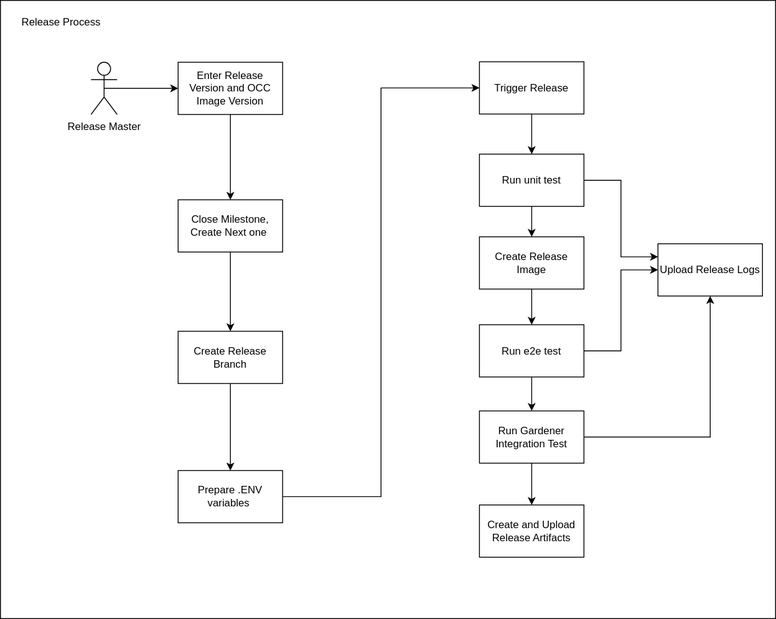
Before: docs/contributor/assets/auditable-release-final.drawio.svg, a diagram exported from draw.io (kyma-project/telemetry-manager). Source tidied: cells renumbered, new cells last; positions are measured from the earlier drawing's top-left corner, leaving out a move shared by most shapes.
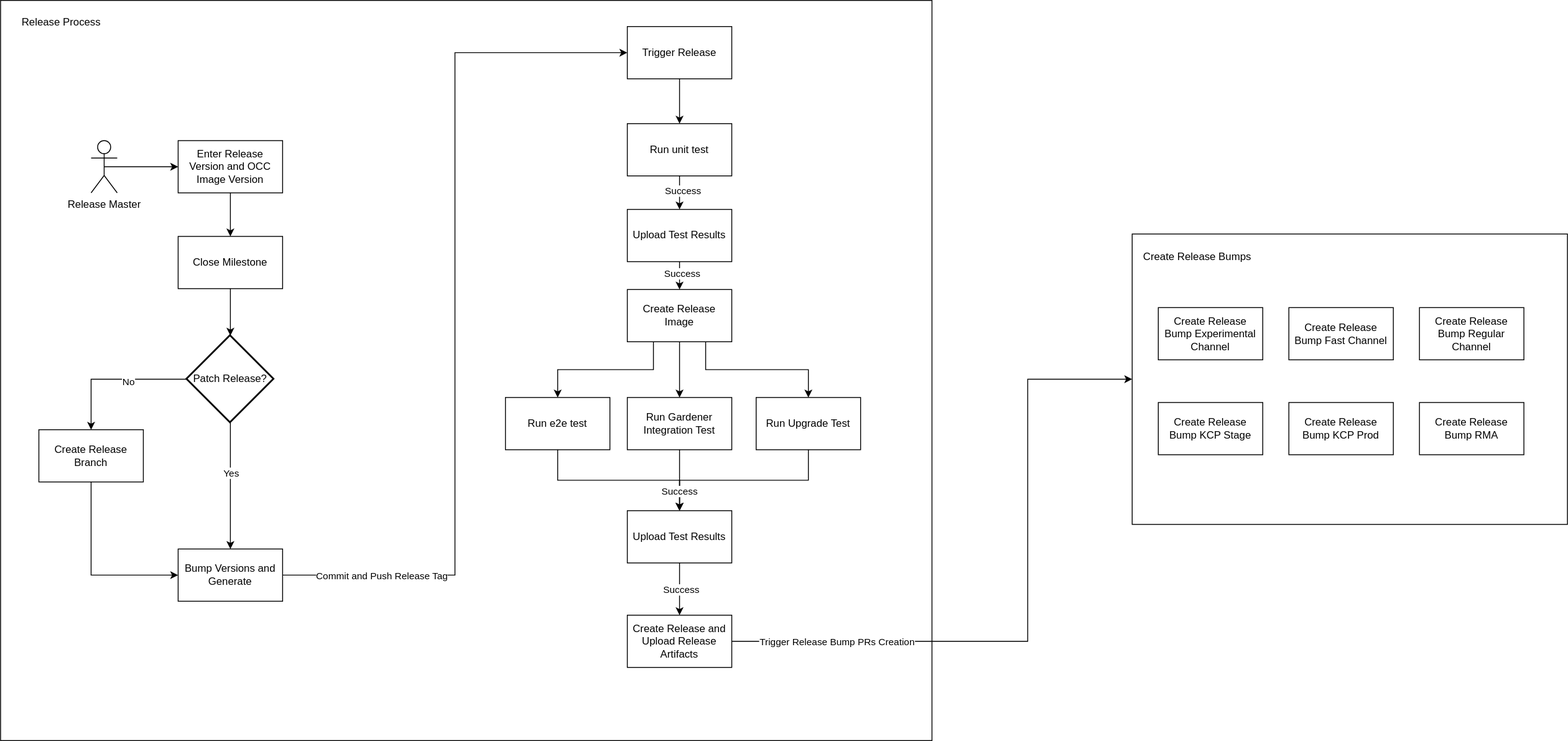
The same diagram one commit later.

The edit, as a diff of the source:
```diff
@@ -3,85 +3,168 @@
     <mxCell id="0" />
     <mxCell id="1" parent="0" />
     <mxCell id="2" style="rounded=0;whiteSpace=wrap;html=1;labelBackgroundColor=none;fillStyle=hatch;" parent="1" vertex="1">
-      <mxGeometry width="890" height="710" as="geometry" />
+      <mxGeometry x="-80" y="-90" width="1070" height="850" as="geometry" />
     </mxCell>
+    <mxCell id="29" style="edgeStyle=orthogonalEdgeStyle;rounded=0;jettySize=auto;html=1;" parent="1" edge="1" source="4" target="18">
+      <mxGeometry relative="1" as="geometry" />
+    </mxCell>
-    <mxCell id="3" style="edgeStyle=orthogonalEdgeStyle;rounded=0;jettySize=auto;html=1;exitX=0.5;exitY=1;exitDx=0;exitDy=0;entryX=0.5;entryY=0;entryDx=0;entryDy=0;" parent="1" edge="1" source="4" target="11">
+    <mxCell id="3" style="edgeStyle=orthogonalEdgeStyle;rounded=0;jettySize=auto;html=1;exitX=0.25;exitY=1;exitDx=0;exitDy=0;entryX=0.5;entryY=0;entryDx=0;entryDy=0;" parent="1" edge="1" source="4" target="11">
       <mxGeometry relative="1" as="geometry" />
     </mxCell>
+    <mxCell id="30" style="edgeStyle=orthogonalEdgeStyle;rounded=0;jettySize=auto;html=1;exitX=0.75;exitY=1;exitDx=0;exitDy=0;entryX=0.5;entryY=0;entryDx=0;entryDy=0;" parent="1" edge="1" source="4" target="48">
+      <mxGeometry relative="1" as="geometry" />
+    </mxCell>
     <mxCell id="4" value="Create Release Image" style="rounded=0;whiteSpace=wrap;html=1;" parent="1" vertex="1">
-      <mxGeometry x="550" y="271.5" width="120" height="60" as="geometry" />
+      <mxGeometry x="640" y="242" width="120" height="60" as="geometry" />
     </mxCell>
+    <mxCell id="31" style="edgeStyle=orthogonalEdgeStyle;rounded=0;jettySize=auto;html=1;exitX=1;exitY=0.5;exitDx=0;exitDy=0;entryX=0;entryY=0.5;entryDx=0;entryDy=0;" parent="1" edge="1" source="5" target="39">
+      <mxGeometry relative="1" as="geometry">
+        <Array as="points">
+          <mxPoint x="1100" y="646" />
+          <mxPoint x="1100" y="345" />
+        </Array>
+      </mxGeometry>
+    </mxCell>
+    <mxCell id="32" value="Trigger Release Bump PRs Creation" style="edgeLabel;html=1;align=center;verticalAlign=middle;" parent="31" vertex="1">
+      <mxGeometry x="-0.58" y="-3" relative="1" as="geometry">
+        <mxPoint x="-41" y="-3" as="offset" />
+      </mxGeometry>
+    </mxCell>
-    <mxCell id="5" value="Create and Upload Release Artifacts" style="rounded=0;whiteSpace=wrap;html=1;" parent="1" vertex="1">
-      <mxGeometry x="550" y="579.5" width="120" height="60" as="geometry" />
+    <mxCell id="5" value="Create Release and Upload Release Artifacts" style="rounded=0;whiteSpace=wrap;html=1;" parent="1" vertex="1">
+      <mxGeometry x="640" y="616" width="120" height="60" as="geometry" />
     </mxCell>
     <mxCell id="6" value="Release Process" style="text;html=1;align=center;verticalAlign=middle;whiteSpace=wrap;rounded=0;" parent="1" vertex="1">
-      <mxGeometry x="20" y="10" width="100" height="30" as="geometry" />
+      <mxGeometry x="-60" y="-80" width="100" height="30" as="geometry" />
     </mxCell>
     <mxCell id="7" style="edgeStyle=orthogonalEdgeStyle;rounded=0;jettySize=auto;html=1;exitX=0.5;exitY=1;exitDx=0;exitDy=0;entryX=0.5;entryY=0;entryDx=0;entryDy=0;" parent="1" edge="1" source="8" target="14">
       <mxGeometry relative="1" as="geometry" />
     </mxCell>
     <mxCell id="8" value="Trigger Release" style="rounded=0;whiteSpace=wrap;html=1;" parent="1" vertex="1">
-      <mxGeometry x="550" y="70.5" width="120" height="60" as="geometry" />
+      <mxGeometry x="640" y="-60" width="120" height="60" as="geometry" />
     </mxCell>
-    <mxCell id="9" style="edgeStyle=orthogonalEdgeStyle;rounded=0;jettySize=auto;html=1;exitX=0.5;exitY=1;exitDx=0;exitDy=0;" parent="1" edge="1" source="11" target="18">
-      <mxGeometry relative="1" as="geometry" />
-    </mxCell>
-    <mxCell id="10" style="edgeStyle=orthogonalEdgeStyle;rounded=0;jettySize=auto;html=1;exitX=1;exitY=0.5;exitDx=0;exitDy=0;entryX=0;entryY=0.5;entryDx=0;entryDy=0;" parent="1" edge="1" source="11" target="15">
+    <mxCell id="10" style="edgeStyle=orthogonalEdgeStyle;rounded=0;jettySize=auto;html=1;exitX=0.5;exitY=1;exitDx=0;exitDy=0;entryX=0.5;entryY=0;entryDx=0;entryDy=0;" parent="1" edge="1" source="11" target="15">
       <mxGeometry relative="1" as="geometry" />
     </mxCell>
     <mxCell id="11" value="Run e2e test" style="rounded=0;whiteSpace=wrap;html=1;" parent="1" vertex="1">
-      <mxGeometry x="550" y="372.5" width="120" height="60" as="geometry" />
+      <mxGeometry x="500" y="366" width="120" height="60" as="geometry" />
     </mxCell>
-    <mxCell id="12" style="edgeStyle=orthogonalEdgeStyle;rounded=0;jettySize=auto;html=1;exitX=1;exitY=0.5;exitDx=0;exitDy=0;entryX=0;entryY=0.25;entryDx=0;entryDy=0;" parent="1" edge="1" source="14" target="15">
-      <mxGeometry relative="1" as="geometry" />
-    </mxCell>
-    <mxCell id="13" style="edgeStyle=orthogonalEdgeStyle;rounded=0;jettySize=auto;html=1;exitX=0.5;exitY=1;exitDx=0;exitDy=0;entryX=0.5;entryY=0;entryDx=0;entryDy=0;" parent="1" edge="1" source="14" target="4">
-      <mxGeometry relative="1" as="geometry" />
-    </mxCell>
+    <mxCell id="33" style="edgeStyle=orthogonalEdgeStyle;rounded=0;jettySize=auto;html=1;exitX=0.5;exitY=1;exitDx=0;exitDy=0;entryX=0.5;entryY=0;entryDx=0;entryDy=0;" parent="1" edge="1" source="14" target="58">
+      <mxGeometry relative="1" as="geometry" />
+    </mxCell>
+    <mxCell id="34" value="Success" style="edgeLabel;html=1;align=center;verticalAlign=middle;" parent="33" vertex="1">
+      <mxGeometry x="-0.14" y="3" relative="1" as="geometry">
+        <mxPoint y="1" as="offset" />
+      </mxGeometry>
+    </mxCell>
     <mxCell id="14" value="Run unit test" style="rounded=0;whiteSpace=wrap;html=1;" parent="1" vertex="1">
-      <mxGeometry x="550" y="176.5" width="120" height="60" as="geometry" />
+      <mxGeometry x="640" y="51.5" width="120" height="60" as="geometry" />
     </mxCell>
+    <mxCell id="35" style="edgeStyle=orthogonalEdgeStyle;rounded=0;jettySize=auto;html=1;exitX=0.5;exitY=1;exitDx=0;exitDy=0;entryX=0.5;entryY=0;entryDx=0;entryDy=0;" parent="1" edge="1" source="15" target="5">
+      <mxGeometry relative="1" as="geometry" />
+    </mxCell>
+    <mxCell id="36" value="Success" style="edgeLabel;html=1;align=center;verticalAlign=middle;" parent="35" vertex="1">
+      <mxGeometry y="1" relative="1" as="geometry" />
+    </mxCell>
-    <mxCell id="15" value="Upload Release Logs" style="rounded=0;whiteSpace=wrap;html=1;" parent="1" vertex="1">
-      <mxGeometry x="755" y="279.5" width="120" height="60" as="geometry" />
+    <mxCell id="15" value="Upload Test Results" style="rounded=0;whiteSpace=wrap;html=1;" parent="1" vertex="1">
+      <mxGeometry x="640" y="496" width="120" height="60" as="geometry" />
     </mxCell>
-    <mxCell id="16" style="edgeStyle=orthogonalEdgeStyle;rounded=0;jettySize=auto;html=1;exitX=1;exitY=0.5;exitDx=0;exitDy=0;entryX=0.5;entryY=1;entryDx=0;entryDy=0;" parent="1" edge="1" source="18" target="15">
-      <mxGeometry relative="1" as="geometry" />
-    </mxCell>
-    <mxCell id="17" style="edgeStyle=orthogonalEdgeStyle;rounded=0;jettySize=auto;html=1;exitX=0.5;exitY=1;exitDx=0;exitDy=0;entryX=0.5;entryY=0;entryDx=0;entryDy=0;" parent="1" edge="1" source="18" target="5">
-      <mxGeometry relative="1" as="geometry" />
-    </mxCell>
+    <mxCell id="37" style="edgeStyle=orthogonalEdgeStyle;rounded=0;jettySize=auto;html=1;exitX=0.5;exitY=1;exitDx=0;exitDy=0;" parent="1" edge="1" source="18">
+      <mxGeometry relative="1" as="geometry">
+        <mxPoint x="700" y="496" as="targetPoint" />
+      </mxGeometry>
+    </mxCell>
     <mxCell id="18" value="Run Gardener Integration Test" style="rounded=0;whiteSpace=wrap;html=1;" parent="1" vertex="1">
-      <mxGeometry x="550" y="471.5" width="120" height="60" as="geometry" />
+      <mxGeometry x="640" y="366" width="120" height="60" as="geometry" />
     </mxCell>
     <mxCell id="19" style="edgeStyle=orthogonalEdgeStyle;rounded=0;jettySize=auto;html=1;exitX=0.5;exitY=1;exitDx=0;exitDy=0;entryX=0.5;entryY=0;entryDx=0;entryDy=0;" parent="1" edge="1" source="20" target="24">
       <mxGeometry relative="1" as="geometry" />
     </mxCell>
     <mxCell id="20" value="Enter Release Version and OCC Image Version" style="rounded=0;whiteSpace=wrap;html=1;" parent="1" vertex="1">
-      <mxGeometry x="204" y="71" width="120" height="60" as="geometry" />
+      <mxGeometry x="124" y="71" width="120" height="60" as="geometry" />
     </mxCell>
     <mxCell id="21" style="edgeStyle=orthogonalEdgeStyle;rounded=0;jettySize=auto;html=1;exitX=1;exitY=0.5;exitDx=0;exitDy=0;entryX=0;entryY=0.5;entryDx=0;entryDy=0;" parent="1" edge="1" source="22" target="8">
       <mxGeometry relative="1" as="geometry" />
     </mxCell>
+    <mxCell id="38" value="Commit and Push Release Tag" style="edgeLabel;html=1;align=center;verticalAlign=middle;" parent="21" vertex="1">
+      <mxGeometry x="-0.77" relative="1" as="geometry" />
+    </mxCell>
-    <mxCell id="22" value="Prepare .ENV variables&amp;nbsp;" style="rounded=0;whiteSpace=wrap;html=1;" parent="1" vertex="1">
-      <mxGeometry x="204" y="540" width="120" height="60" as="geometry" />
+    <mxCell id="22" value="Bump Versions and Generate" style="rounded=0;whiteSpace=wrap;html=1;" parent="1" vertex="1">
+      <mxGeometry x="124" y="540" width="120" height="60" as="geometry" />
     </mxCell>
-    <mxCell id="23" style="edgeStyle=orthogonalEdgeStyle;rounded=0;jettySize=auto;html=1;exitX=0.5;exitY=1;exitDx=0;exitDy=0;entryX=0.5;entryY=0;entryDx=0;entryDy=0;" parent="1" edge="1" source="24" target="26">
-      <mxGeometry relative="1" as="geometry" />
-    </mxCell>
-    <mxCell id="24" value="Close Milestone, Create Next one&amp;nbsp;" style="rounded=0;whiteSpace=wrap;html=1;" parent="1" vertex="1">
-      <mxGeometry x="204" y="229" width="120" height="60" as="geometry" />
+    <mxCell id="24" value="Close Milestone" style="rounded=0;whiteSpace=wrap;html=1;" parent="1" vertex="1">
+      <mxGeometry x="124" y="181" width="120" height="60" as="geometry" />
     </mxCell>
-    <mxCell id="25" style="edgeStyle=orthogonalEdgeStyle;rounded=0;jettySize=auto;html=1;exitX=0.5;exitY=1;exitDx=0;exitDy=0;entryX=0.5;entryY=0;entryDx=0;entryDy=0;" parent="1" edge="1" source="26" target="22">
+    <mxCell id="25" style="edgeStyle=orthogonalEdgeStyle;rounded=0;jettySize=auto;html=1;exitX=0.5;exitY=1;exitDx=0;exitDy=0;entryX=0;entryY=0.5;entryDx=0;entryDy=0;" parent="1" edge="1" source="26" target="22">
       <mxGeometry relative="1" as="geometry" />
     </mxCell>
     <mxCell id="26" value="Create Release Branch" style="rounded=0;whiteSpace=wrap;html=1;" parent="1" vertex="1">
-      <mxGeometry x="204" y="380" width="120" height="60" as="geometry" />
+      <mxGeometry x="-36" y="403" width="120" height="60" as="geometry" />
     </mxCell>
     <mxCell id="27" style="edgeStyle=orthogonalEdgeStyle;rounded=0;jettySize=auto;html=1;exitX=0.5;exitY=0.5;exitDx=0;exitDy=0;exitPerimeter=0;entryX=0;entryY=0.5;entryDx=0;entryDy=0;" parent="1" edge="1" source="28" target="20">
       <mxGeometry relative="1" as="geometry" />
     </mxCell>
     <mxCell id="28" value="Release Master" style="shape=umlActor;verticalLabelPosition=bottom;verticalAlign=top;html=1;outlineConnect=0;" parent="1" vertex="1">
-      <mxGeometry x="104" y="71" width="30" height="60" as="geometry" />
+      <mxGeometry x="24" y="71" width="30" height="60" as="geometry" />
     </mxCell>
+    <mxCell id="39" style="rounded=0;whiteSpace=wrap;html=1;labelBackgroundColor=none;fillStyle=hatch;" parent="1" vertex="1">
+      <mxGeometry x="1220" y="178.2" width="500" height="333.5" as="geometry" />
+    </mxCell>
+    <mxCell id="40" style="edgeStyle=orthogonalEdgeStyle;rounded=0;jettySize=auto;html=1;exitX=0;exitY=0.5;exitDx=0;exitDy=0;exitPerimeter=0;entryX=0.5;entryY=0;entryDx=0;entryDy=0;" parent="1" edge="1" source="44" target="26">
+      <mxGeometry relative="1" as="geometry" />
+    </mxCell>
+    <mxCell id="41" value="No" style="edgeLabel;html=1;align=center;verticalAlign=middle;" parent="40" vertex="1">
+      <mxGeometry x="-0.19" y="2" relative="1" as="geometry" />
+    </mxCell>
+    <mxCell id="42" style="edgeStyle=orthogonalEdgeStyle;rounded=0;jettySize=auto;html=1;exitX=0.5;exitY=1;exitDx=0;exitDy=0;exitPerimeter=0;entryX=0.5;entryY=0;entryDx=0;entryDy=0;" parent="1" edge="1" source="44" target="22">
+      <mxGeometry relative="1" as="geometry" />
+    </mxCell>
+    <mxCell id="43" value="Yes" style="edgeLabel;html=1;align=center;verticalAlign=middle;" parent="42" vertex="1">
+      <mxGeometry x="-0.21" relative="1" as="geometry" />
+    </mxCell>
+    <mxCell id="44" value="Patch Release?" style="strokeWidth=2;html=1;shape=mxgraph.flowchart.decision;whiteSpace=wrap;" parent="1" vertex="1">
+      <mxGeometry x="134" y="295" width="100" height="100" as="geometry" />
+    </mxCell>
+    <mxCell id="45" style="edgeStyle=orthogonalEdgeStyle;rounded=0;jettySize=auto;html=1;exitX=0.5;exitY=1;exitDx=0;exitDy=0;entryX=0.5;entryY=0;entryDx=0;entryDy=0;entryPerimeter=0;" parent="1" edge="1" source="24" target="44">
+      <mxGeometry relative="1" as="geometry" />
+    </mxCell>
+    <mxCell id="46" style="edgeStyle=orthogonalEdgeStyle;rounded=0;jettySize=auto;html=1;exitX=0.5;exitY=1;exitDx=0;exitDy=0;entryX=0.5;entryY=0;entryDx=0;entryDy=0;" parent="1" edge="1" source="48" target="15">
+      <mxGeometry relative="1" as="geometry" />
+    </mxCell>
+    <mxCell id="47" value="Success" style="edgeLabel;html=1;align=center;verticalAlign=middle;" parent="46" vertex="1">
+      <mxGeometry x="0.79" y="-1" relative="1" as="geometry" />
+    </mxCell>
+    <mxCell id="48" value="Run Upgrade Test" style="rounded=0;whiteSpace=wrap;html=1;" parent="1" vertex="1">
+      <mxGeometry x="788" y="366" width="120" height="60" as="geometry" />
+    </mxCell>
+    <mxCell id="49" value="Create Release Bump Experimental Channel" style="rounded=0;whiteSpace=wrap;html=1;" parent="1" vertex="1">
+      <mxGeometry x="1250" y="262.8" width="120" height="60" as="geometry" />
+    </mxCell>
+    <mxCell id="50" value="Create Release Bump Fast Channel" style="rounded=0;whiteSpace=wrap;html=1;" parent="1" vertex="1">
+      <mxGeometry x="1400" y="262.8" width="120" height="60" as="geometry" />
+    </mxCell>
+    <mxCell id="51" value="Create Release Bump Regular Channel" style="rounded=0;whiteSpace=wrap;html=1;" parent="1" vertex="1">
+      <mxGeometry x="1550" y="262.8" width="120" height="60" as="geometry" />
+    </mxCell>
+    <mxCell id="52" value="Create Release Bump KCP Stage" style="rounded=0;whiteSpace=wrap;html=1;" parent="1" vertex="1">
+      <mxGeometry x="1250" y="371.8" width="120" height="60" as="geometry" />
+    </mxCell>
+    <mxCell id="53" value="Create Release Bump KCP Prod" style="rounded=0;whiteSpace=wrap;html=1;" parent="1" vertex="1">
+      <mxGeometry x="1400" y="371.8" width="120" height="60" as="geometry" />
+    </mxCell>
+    <mxCell id="54" value="Create Release Bump RMA" style="rounded=0;whiteSpace=wrap;html=1;" parent="1" vertex="1">
+      <mxGeometry x="1550" y="371.8" width="120" height="60" as="geometry" />
+    </mxCell>
+    <mxCell id="55" value="Create Release Bumps" style="text;html=1;whiteSpace=wrap;strokeColor=none;fillColor=none;align=center;verticalAlign=middle;rounded=0;" parent="1" vertex="1">
+      <mxGeometry x="1230" y="190" width="130" height="30" as="geometry" />
+    </mxCell>
+    <mxCell id="56" style="edgeStyle=orthogonalEdgeStyle;rounded=0;jettySize=auto;html=1;exitX=0.5;exitY=1;exitDx=0;exitDy=0;entryX=0.5;entryY=0;entryDx=0;entryDy=0;" parent="1" edge="1" source="58" target="4">
+      <mxGeometry relative="1" as="geometry" />
+    </mxCell>
+    <mxCell id="57" value="Success" style="edgeLabel;html=1;align=center;verticalAlign=middle;" parent="56" vertex="1">
+      <mxGeometry x="-0.19" y="2" relative="1" as="geometry" />
+    </mxCell>
+    <mxCell id="58" value="Upload Test Results" style="rounded=0;whiteSpace=wrap;html=1;" parent="1" vertex="1">
+      <mxGeometry x="640" y="150" width="120" height="60" as="geometry" />
+    </mxCell>
   </root>
 </mxGraphModel>
```
